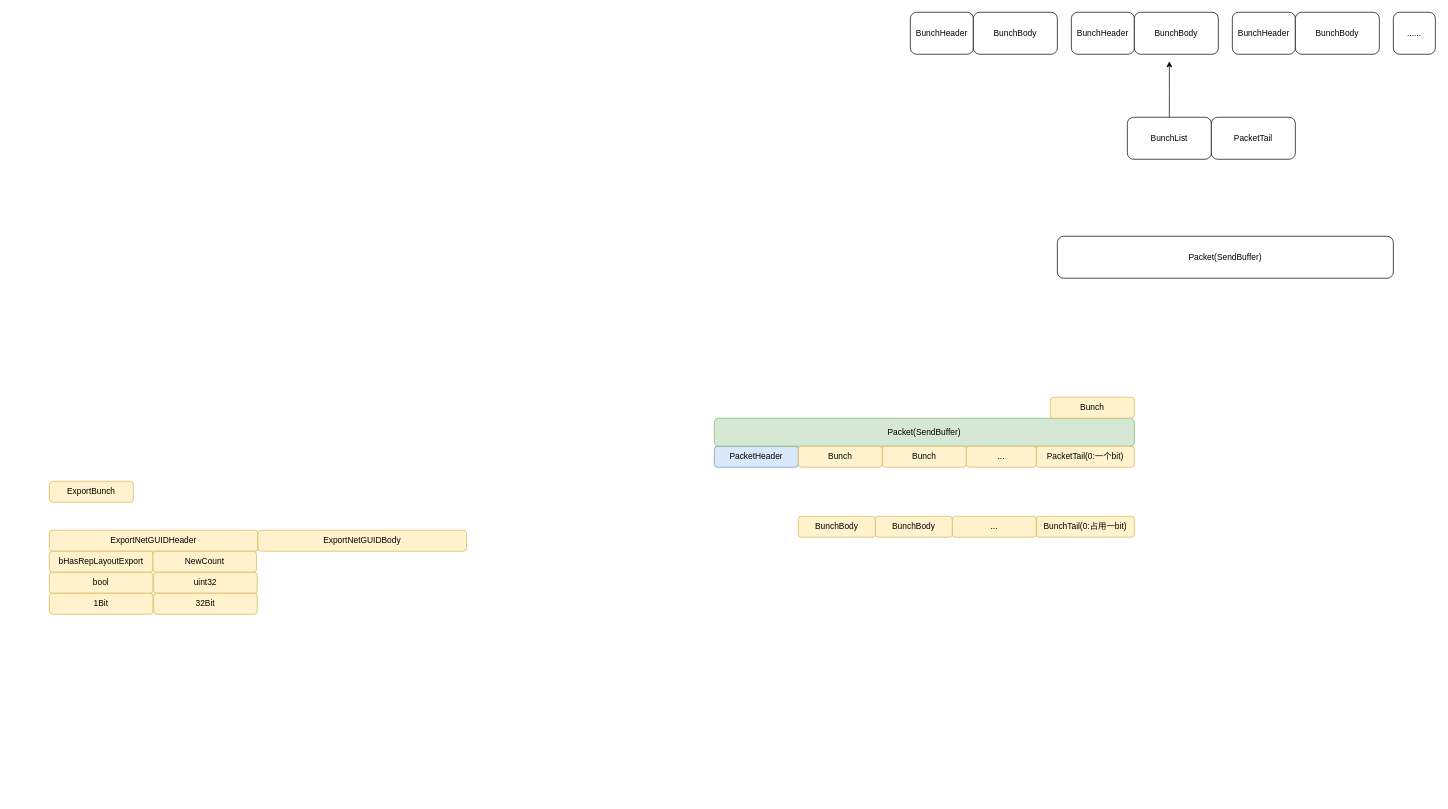
fdcumt/DrawIO keeps this draw.io diagram as page "消息包结构" (4 of 23) of UE4网络.drawio. Above is the earlier version. Source tidied: cells renumbered, new cells numbered last; positions are measured from the earlier drawing's top-left corner, leaving out a move shared by most shapes. Both pictures are drawn from the tidied source at 70%, with x=0, y=0 at pixel (49, 12).
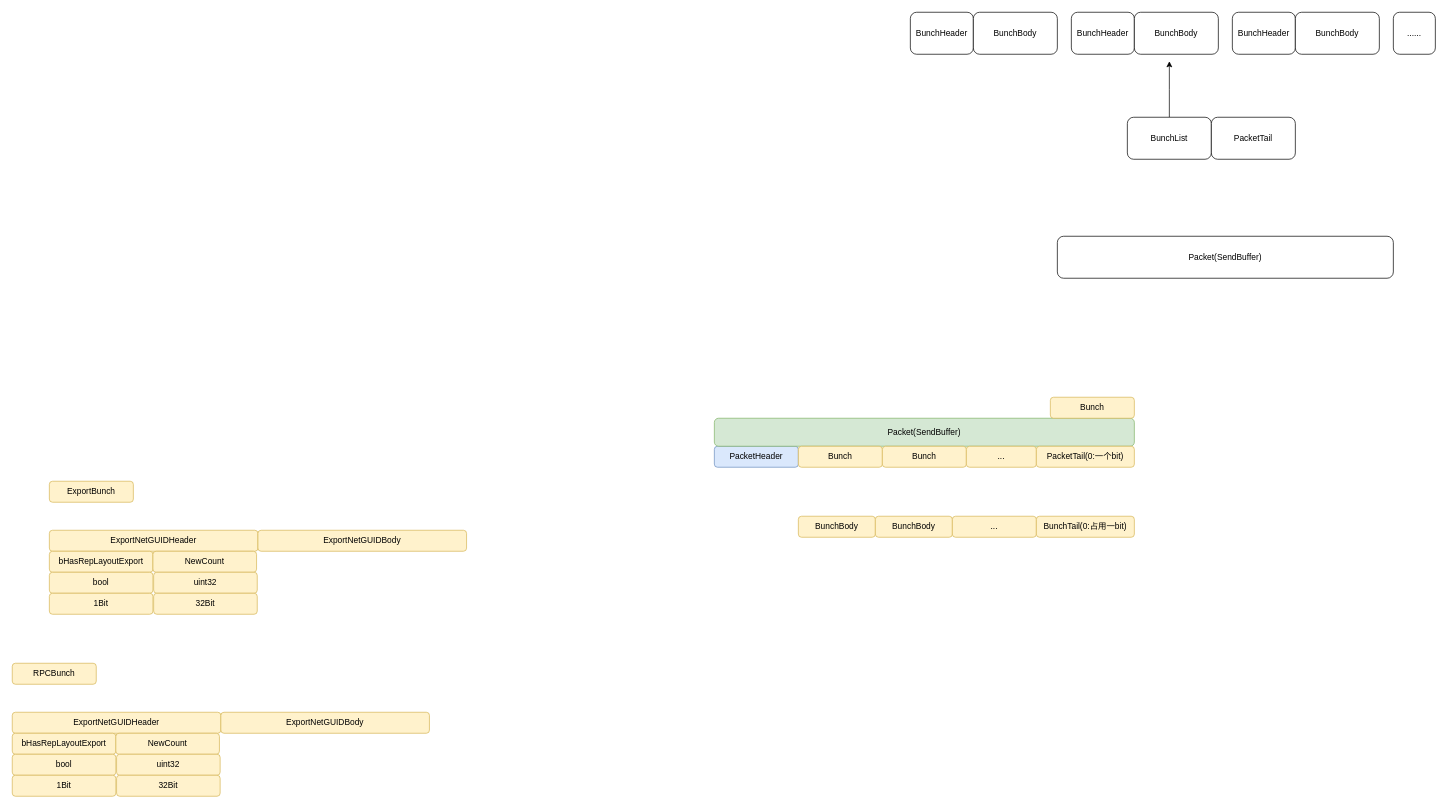
Above is the later version.

Diff of the diagram source:
```diff
@@
+    <mxCell id="33" value="RPCBunch" style="rounded=1;whiteSpace=wrap;html=1;fillColor=#fff2cc;strokeColor=#d6b656;" parent="1" vertex="1">
+      <mxGeometry x="-53" y="930" width="120" height="30" as="geometry" />
+    </mxCell>
+    <mxCell id="34" value="ExportNetGUIDHeader" style="rounded=1;whiteSpace=wrap;html=1;fillColor=#fff2cc;strokeColor=#d6b656;" parent="1" vertex="1">
+      <mxGeometry x="-53" y="1000" width="298" height="30" as="geometry" />
+    </mxCell>
+    <mxCell id="35" value="bHasRepLayoutExport" style="rounded=1;whiteSpace=wrap;html=1;fillColor=#fff2cc;strokeColor=#d6b656;" parent="1" vertex="1">
+      <mxGeometry x="-53" y="1030" width="148" height="30" as="geometry" />
+    </mxCell>
+    <mxCell id="36" value="bool" style="rounded=1;whiteSpace=wrap;html=1;fillColor=#fff2cc;strokeColor=#d6b656;" parent="1" vertex="1">
+      <mxGeometry x="-53" y="1060" width="148" height="30" as="geometry" />
+    </mxCell>
+    <mxCell id="37" value="NewCount" style="rounded=1;whiteSpace=wrap;html=1;fillColor=#fff2cc;strokeColor=#d6b656;" parent="1" vertex="1">
+      <mxGeometry x="95" y="1030" width="148" height="30" as="geometry" />
+    </mxCell>
+    <mxCell id="38" value="uint32" style="rounded=1;whiteSpace=wrap;html=1;fillColor=#fff2cc;strokeColor=#d6b656;" parent="1" vertex="1">
+      <mxGeometry x="96" y="1060" width="148" height="30" as="geometry" />
+    </mxCell>
+    <mxCell id="39" value="1Bit" style="rounded=1;whiteSpace=wrap;html=1;fillColor=#fff2cc;strokeColor=#d6b656;" parent="1" vertex="1">
+      <mxGeometry x="-53" y="1090" width="148" height="30" as="geometry" />
+    </mxCell>
+    <mxCell id="40" value="32Bit" style="rounded=1;whiteSpace=wrap;html=1;fillColor=#fff2cc;strokeColor=#d6b656;" parent="1" vertex="1">
+      <mxGeometry x="96" y="1090" width="148" height="30" as="geometry" />
+    </mxCell>
+    <mxCell id="41" value="ExportNetGUIDBody" style="rounded=1;whiteSpace=wrap;html=1;fillColor=#fff2cc;strokeColor=#d6b656;" parent="1" vertex="1">
+      <mxGeometry x="245" y="1000" width="298" height="30" as="geometry" />
+    </mxCell>
```
